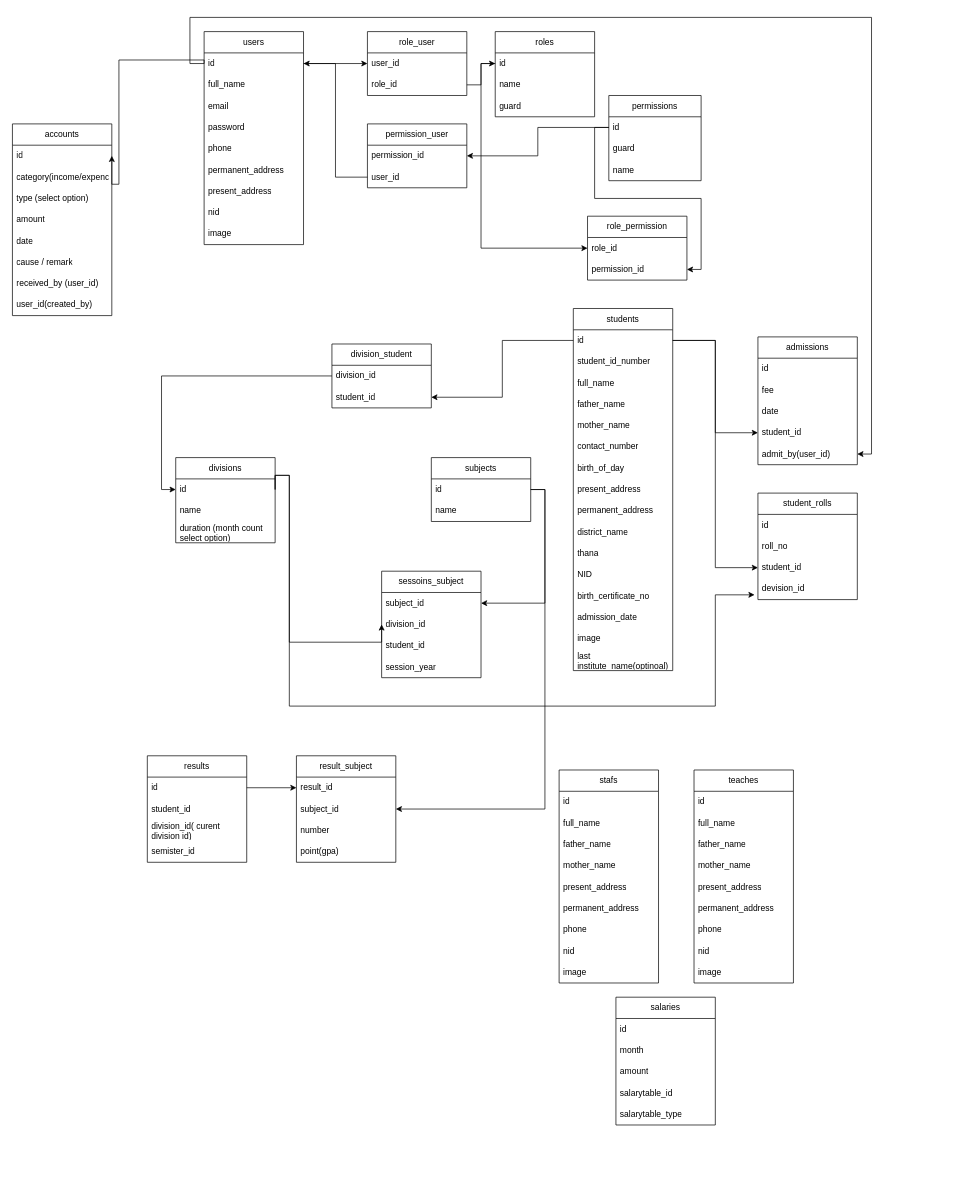
Before: Untitled Diagram.drawio in asifmics/javascript, a draw.io diagram. Source tidied: cells renumbered, new cells numbered last; positions are measured from the earlier drawing's top-left corner, leaving out a move shared by most shapes. Both pictures are drawn from the tidied source at 71%, with x=0, y=0 at pixel (12, 17).
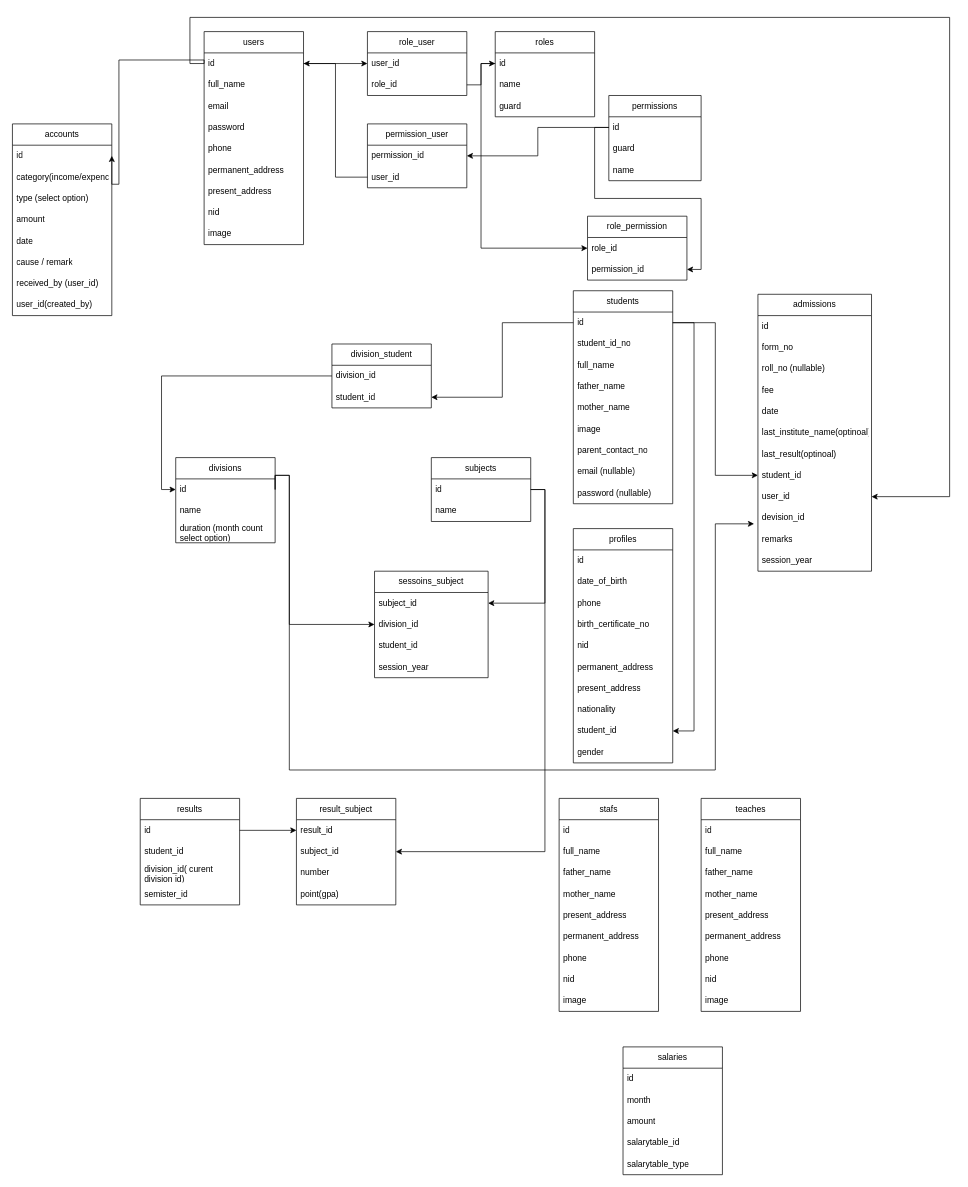
Above is the later version.

The change refers to these unchanged cells:
```xml
<mxCell id="3" value="id" style="text;strokeColor=none;fillColor=none;align=left;verticalAlign=middle;spacingLeft=4;spacingRight=4;overflow=hidden;points=[[0,0.5],[1,0.5]];portConstraint=eastwest;whiteSpace=wrap;html=1;" parent="2" vertex="1">
  <mxGeometry y="30" width="140" height="30" as="geometry" />
</mxCell>
<mxCell id="36" value="id" style="text;strokeColor=none;fillColor=none;align=left;verticalAlign=middle;spacingLeft=4;spacingRight=4;overflow=hidden;points=[[0,0.5],[1,0.5]];portConstraint=eastwest;whiteSpace=wrap;html=1;" parent="35" vertex="1">
  <mxGeometry y="30" width="140" height="30" as="geometry" />
</mxCell>
<mxCell id="40" value="id" style="text;strokeColor=none;fillColor=none;align=left;verticalAlign=middle;spacingLeft=4;spacingRight=4;overflow=hidden;points=[[0,0.5],[1,0.5]];portConstraint=eastwest;whiteSpace=wrap;html=1;" parent="39" vertex="1">
  <mxGeometry y="30" width="140" height="30" as="geometry" />
</mxCell>
```

Diff of the diagram source:
```diff
@@
     <mxCell id="39" value="students" style="swimlane;fontStyle=0;horizontal=1;startSize=30;whiteSpace=wrap;html=1;" parent="1" vertex="1">
-      <mxGeometry x="790" y="410" width="140" height="510" as="geometry" />
+      <mxGeometry x="790" y="385" width="140" height="300" as="geometry" />
     </mxCell>
@@
-    <mxCell id="41" value="student_id_number" style="text;strokeColor=none;fillColor=none;align=left;verticalAlign=middle;spacingLeft=4;spacingRight=4;overflow=hidden;whiteSpace=wrap;html=1;" parent="39" vertex="1">
+    <mxCell id="41" value="student_id_no" style="text;strokeColor=none;fillColor=none;align=left;verticalAlign=middle;spacingLeft=4;spacingRight=4;overflow=hidden;whiteSpace=wrap;html=1;" parent="39" vertex="1">
       <mxGeometry y="60" width="140" height="30" as="geometry" />
     </mxCell>
@@
-    <mxCell id="45" value="contact_number" style="text;strokeColor=none;fillColor=none;align=left;verticalAlign=middle;spacingLeft=4;spacingRight=4;overflow=hidden;whiteSpace=wrap;html=1;" parent="39" vertex="1">
-      <mxGeometry y="180" width="140" height="30" as="geometry" />
-    </mxCell>
-    <mxCell id="46" value="birth_of_day" style="text;strokeColor=none;fillColor=none;align=left;verticalAlign=middle;spacingLeft=4;spacingRight=4;overflow=hidden;whiteSpace=wrap;html=1;" parent="39" vertex="1">
-      <mxGeometry y="210" width="140" height="30" as="geometry" />
-    </mxCell>
-    <mxCell id="47" value="present_address" style="text;strokeColor=none;fillColor=none;align=left;verticalAlign=middle;spacingLeft=4;spacingRight=4;overflow=hidden;whiteSpace=wrap;html=1;" parent="39" vertex="1">
-      <mxGeometry y="240" width="140" height="30" as="geometry" />
-    </mxCell>
-    <mxCell id="48" value="permanent_address" style="text;strokeColor=none;fillColor=none;align=left;verticalAlign=middle;spacingLeft=4;spacingRight=4;overflow=hidden;whiteSpace=wrap;html=1;" parent="39" vertex="1">
-      <mxGeometry y="270" width="140" height="30" as="geometry" />
-    </mxCell>
-    <mxCell id="49" value="district_name" style="text;strokeColor=none;fillColor=none;align=left;verticalAlign=middle;spacingLeft=4;spacingRight=4;overflow=hidden;whiteSpace=wrap;html=1;" parent="39" vertex="1">
-      <mxGeometry y="300" width="140" height="30" as="geometry" />
-    </mxCell>
-    <mxCell id="50" value="thana" style="text;strokeColor=none;fillColor=none;align=left;verticalAlign=middle;spacingLeft=4;spacingRight=4;overflow=hidden;whiteSpace=wrap;html=1;" parent="39" vertex="1">
-      <mxGeometry y="330" width="140" height="30" as="geometry" />
-    </mxCell>
-    <mxCell id="51" value="NID&amp;nbsp;" style="text;strokeColor=none;fillColor=none;align=left;verticalAlign=middle;spacingLeft=4;spacingRight=4;overflow=hidden;whiteSpace=wrap;html=1;" parent="39" vertex="1">
-      <mxGeometry y="360" width="140" height="30" as="geometry" />
-    </mxCell>
-    <mxCell id="52" value="birth_certificate_no" style="text;strokeColor=none;fillColor=none;align=left;verticalAlign=middle;spacingLeft=4;spacingRight=4;overflow=hidden;whiteSpace=wrap;html=1;" parent="39" vertex="1">
-      <mxGeometry y="390" width="140" height="30" as="geometry" />
-    </mxCell>
-    <mxCell id="53" value="admission_date" style="text;strokeColor=none;fillColor=none;align=left;verticalAlign=middle;spacingLeft=4;spacingRight=4;overflow=hidden;whiteSpace=wrap;html=1;" parent="39" vertex="1">
-      <mxGeometry y="420" width="140" height="30" as="geometry" />
-    </mxCell>
     <mxCell id="54" value="image" style="text;strokeColor=none;fillColor=none;align=left;verticalAlign=middle;spacingLeft=4;spacingRight=4;overflow=hidden;whiteSpace=wrap;html=1;" parent="39" vertex="1">
-      <mxGeometry y="450" width="140" height="30" as="geometry" />
+      <mxGeometry y="180" width="140" height="30" as="geometry" />
     </mxCell>
-    <mxCell id="55" value="last institute_name(optinoal)" style="text;strokeColor=none;fillColor=none;align=left;verticalAlign=middle;spacingLeft=4;spacingRight=4;overflow=hidden;whiteSpace=wrap;html=1;" parent="39" vertex="1">
-      <mxGeometry y="480" width="140" height="30" as="geometry" />
-    </mxCell>
+    <mxCell id="134" value="parent_contact_no" style="text;strokeColor=none;fillColor=none;align=left;verticalAlign=middle;spacingLeft=4;spacingRight=4;overflow=hidden;whiteSpace=wrap;html=1;" parent="39" vertex="1">
+      <mxGeometry y="210" width="140" height="30" as="geometry" />
+    </mxCell>
+    <mxCell id="135" value="email (nullable)" style="text;strokeColor=none;fillColor=none;align=left;verticalAlign=middle;spacingLeft=4;spacingRight=4;overflow=hidden;whiteSpace=wrap;html=1;" parent="39" vertex="1">
+      <mxGeometry y="240" width="140" height="30" as="geometry" />
+    </mxCell>
+    <mxCell id="136" value="password (nullable)" style="text;strokeColor=none;fillColor=none;align=left;verticalAlign=middle;spacingLeft=4;spacingRight=4;overflow=hidden;whiteSpace=wrap;html=1;" parent="39" vertex="1">
+      <mxGeometry y="270" width="140" height="30" as="geometry" />
+    </mxCell>
@@
     <mxCell id="59" value="sessoins_subject" style="swimlane;fontStyle=0;horizontal=1;startSize=30;whiteSpace=wrap;html=1;" parent="1" vertex="1">
-      <mxGeometry x="520" y="780" width="140" height="150" as="geometry" />
+      <mxGeometry x="510" y="780" width="160" height="150" as="geometry" />
     </mxCell>
     <mxCell id="60" value="subject_id" style="text;strokeColor=none;fillColor=none;align=left;verticalAlign=middle;spacingLeft=4;spacingRight=4;overflow=hidden;points=[[0,0.5],[1,0.5]];portConstraint=eastwest;whiteSpace=wrap;html=1;" parent="59" vertex="1">
-      <mxGeometry y="30" width="140" height="30" as="geometry" />
+      <mxGeometry y="30" width="160" height="30" as="geometry" />
     </mxCell>
     <mxCell id="61" value="division_id" style="text;strokeColor=none;fillColor=none;align=left;verticalAlign=middle;spacingLeft=4;spacingRight=4;overflow=hidden;points=[[0,0.5],[1,0.5]];portConstraint=eastwest;whiteSpace=wrap;html=1;" parent="59" vertex="1">
-      <mxGeometry y="60" width="140" height="30" as="geometry" />
+      <mxGeometry y="60" width="160" height="30" as="geometry" />
     </mxCell>
     <mxCell id="62" value="student_id" style="text;strokeColor=none;fillColor=none;align=left;verticalAlign=middle;spacingLeft=4;spacingRight=4;overflow=hidden;whiteSpace=wrap;html=1;" parent="59" vertex="1">
-      <mxGeometry y="90" width="140" height="30" as="geometry" />
+      <mxGeometry y="90" width="160" height="30" as="geometry" />
     </mxCell>
     <mxCell id="63" value="session_year" style="text;strokeColor=none;fillColor=none;align=left;verticalAlign=middle;spacingLeft=4;spacingRight=4;overflow=hidden;whiteSpace=wrap;html=1;" parent="59" vertex="1">
-      <mxGeometry y="120" width="140" height="30" as="geometry" />
+      <mxGeometry y="120" width="160" height="30" as="geometry" />
     </mxCell>
@@
-    <mxCell id="70" value="student_rolls" style="swimlane;fontStyle=0;horizontal=1;startSize=30;whiteSpace=wrap;html=1;" parent="1" vertex="1">
-      <mxGeometry x="1050" y="670" width="140" height="150" as="geometry" />
-    </mxCell>
-    <mxCell id="71" value="id" style="text;strokeColor=none;fillColor=none;align=left;verticalAlign=middle;spacingLeft=4;spacingRight=4;overflow=hidden;whiteSpace=wrap;html=1;" parent="70" vertex="1">
-      <mxGeometry y="30" width="140" height="30" as="geometry" />
-    </mxCell>
-    <mxCell id="72" value="roll_no" style="text;strokeColor=none;fillColor=none;align=left;verticalAlign=middle;spacingLeft=4;spacingRight=4;overflow=hidden;whiteSpace=wrap;html=1;" parent="70" vertex="1">
-      <mxGeometry y="60" width="140" height="30" as="geometry" />
-    </mxCell>
-    <mxCell id="73" value="student_id" style="text;strokeColor=none;fillColor=none;align=left;verticalAlign=middle;spacingLeft=4;spacingRight=4;overflow=hidden;points=[[0,0.5],[1,0.5]];portConstraint=eastwest;whiteSpace=wrap;html=1;" parent="70" vertex="1">
-      <mxGeometry y="90" width="140" height="30" as="geometry" />
-    </mxCell>
-    <mxCell id="74" value="devision_id" style="text;strokeColor=none;fillColor=none;align=left;verticalAlign=middle;spacingLeft=4;spacingRight=4;overflow=hidden;points=[[0,0.5],[1,0.5]];portConstraint=eastwest;whiteSpace=wrap;html=1;" parent="70" vertex="1">
-      <mxGeometry y="120" width="140" height="30" as="geometry" />
-    </mxCell>
     <mxCell id="75" value="admissions" style="swimlane;fontStyle=0;horizontal=1;startSize=30;whiteSpace=wrap;html=1;" parent="1" vertex="1">
-      <mxGeometry x="1050" y="450" width="140" height="180" as="geometry" />
+      <mxGeometry x="1050" y="390" width="160" height="390" as="geometry" />
     </mxCell>
     <mxCell id="76" value="id" style="text;strokeColor=none;fillColor=none;align=left;verticalAlign=middle;spacingLeft=4;spacingRight=4;overflow=hidden;whiteSpace=wrap;html=1;" parent="75" vertex="1">
-      <mxGeometry y="30" width="140" height="30" as="geometry" />
+      <mxGeometry y="30" width="160" height="30" as="geometry" />
     </mxCell>
+    <mxCell id="137" value="form_no" style="text;strokeColor=none;fillColor=none;align=left;verticalAlign=middle;spacingLeft=4;spacingRight=4;overflow=hidden;whiteSpace=wrap;html=1;" parent="75" vertex="1">
+      <mxGeometry y="60" width="160" height="30" as="geometry" />
+    </mxCell>
+    <mxCell id="72" value="roll_no (nullable)" style="text;strokeColor=none;fillColor=none;align=left;verticalAlign=middle;spacingLeft=4;spacingRight=4;overflow=hidden;whiteSpace=wrap;html=1;" parent="75" vertex="1">
+      <mxGeometry y="90" width="160" height="30" as="geometry" />
+    </mxCell>
     <mxCell id="77" value="fee" style="text;strokeColor=none;fillColor=none;align=left;verticalAlign=middle;spacingLeft=4;spacingRight=4;overflow=hidden;whiteSpace=wrap;html=1;" parent="75" vertex="1">
-      <mxGeometry y="60" width="140" height="30" as="geometry" />
+      <mxGeometry y="120" width="160" height="30" as="geometry" />
     </mxCell>
     <mxCell id="78" value="date" style="text;strokeColor=none;fillColor=none;align=left;verticalAlign=middle;spacingLeft=4;spacingRight=4;overflow=hidden;whiteSpace=wrap;html=1;" parent="75" vertex="1">
-      <mxGeometry y="90" width="140" height="30" as="geometry" />
+      <mxGeometry y="150" width="160" height="30" as="geometry" />
     </mxCell>
+    <mxCell id="55" value="last_institute_name(optinoal)" style="text;strokeColor=none;fillColor=none;align=left;verticalAlign=middle;spacingLeft=4;spacingRight=4;overflow=hidden;whiteSpace=wrap;html=1;" parent="75" vertex="1">
+      <mxGeometry y="180" width="160" height="30" as="geometry" />
+    </mxCell>
+    <mxCell id="138" value="last_result(optinoal)" style="text;strokeColor=none;fillColor=none;align=left;verticalAlign=middle;spacingLeft=4;spacingRight=4;overflow=hidden;whiteSpace=wrap;html=1;" parent="75" vertex="1">
+      <mxGeometry y="210" width="160" height="30" as="geometry" />
+    </mxCell>
     <mxCell id="79" value="student_id" style="text;strokeColor=none;fillColor=none;align=left;verticalAlign=middle;spacingLeft=4;spacingRight=4;overflow=hidden;points=[[0,0.5],[1,0.5]];portConstraint=eastwest;whiteSpace=wrap;html=1;" parent="75" vertex="1">
-      <mxGeometry y="120" width="140" height="30" as="geometry" />
+      <mxGeometry y="240" width="160" height="30" as="geometry" />
     </mxCell>
-    <mxCell id="80" value="admit_by(user_id)" style="text;strokeColor=none;fillColor=none;align=left;verticalAlign=middle;spacingLeft=4;spacingRight=4;overflow=hidden;points=[[0,0.5],[1,0.5]];portConstraint=eastwest;whiteSpace=wrap;html=1;" parent="75" vertex="1">
-      <mxGeometry y="150" width="140" height="30" as="geometry" />
+    <mxCell id="80" value="user_id" style="text;strokeColor=none;fillColor=none;align=left;verticalAlign=middle;spacingLeft=4;spacingRight=4;overflow=hidden;points=[[0,0.5],[1,0.5]];portConstraint=eastwest;whiteSpace=wrap;html=1;" parent="75" vertex="1">
+      <mxGeometry y="270" width="160" height="30" as="geometry" />
     </mxCell>
+    <mxCell id="74" value="devision_id" style="text;strokeColor=none;fillColor=none;align=left;verticalAlign=middle;spacingLeft=4;spacingRight=4;overflow=hidden;points=[[0,0.5],[1,0.5]];portConstraint=eastwest;whiteSpace=wrap;html=1;" parent="75" vertex="1">
+      <mxGeometry y="300" width="160" height="30" as="geometry" />
+    </mxCell>
+    <mxCell id="139" value="remarks" style="text;strokeColor=none;fillColor=none;align=left;verticalAlign=middle;spacingLeft=4;spacingRight=4;overflow=hidden;whiteSpace=wrap;html=1;" parent="75" vertex="1">
+      <mxGeometry y="330" width="160" height="30" as="geometry" />
+    </mxCell>
+    <mxCell id="140" value="session_year" style="text;strokeColor=none;fillColor=none;align=left;verticalAlign=middle;spacingLeft=4;spacingRight=4;overflow=hidden;whiteSpace=wrap;html=1;" parent="75" vertex="1">
+      <mxGeometry y="360" width="160" height="30" as="geometry" />
+    </mxCell>
@@
-    <mxCell id="82" style="edgeStyle=orthogonalEdgeStyle;rounded=0;jettySize=auto;html=1;exitX=1;exitY=0.5;exitDx=0;exitDy=0;" parent="1" edge="1" source="40" target="73">
-      <mxGeometry relative="1" as="geometry" />
-    </mxCell>
     <mxCell id="83" style="edgeStyle=orthogonalEdgeStyle;rounded=0;jettySize=auto;html=1;exitX=1;exitY=0.5;exitDx=0;exitDy=0;entryX=-0.034;entryY=0.777;entryDx=0;entryDy=0;entryPerimeter=0;" parent="1" edge="1" source="36" target="74">
       <mxGeometry relative="1" as="geometry">
         <Array as="points">
+          <mxPoint x="370" y="645" />
           <mxPoint x="390" y="645" />
-          <mxPoint x="390" y="970" />
-          <mxPoint x="990" y="970" />
-          <mxPoint x="990" y="813" />
+          <mxPoint x="390" y="1060" />
+          <mxPoint x="990" y="1060" />
+          <mxPoint x="990" y="713" />
         </Array>
       </mxGeometry>
     </mxCell>
@@
     <mxCell id="94" value="results" style="swimlane;fontStyle=0;horizontal=1;startSize=30;whiteSpace=wrap;html=1;" parent="1" vertex="1">
-      <mxGeometry x="190" y="1040" width="140" height="150" as="geometry" />
+      <mxGeometry x="180" y="1100" width="140" height="150" as="geometry" />
     </mxCell>
@@
     <mxCell id="99" value="result_subject" style="swimlane;fontStyle=0;horizontal=1;startSize=30;whiteSpace=wrap;html=1;" parent="1" vertex="1">
-      <mxGeometry x="400" y="1040" width="140" height="150" as="geometry" />
+      <mxGeometry x="400" y="1100" width="140" height="150" as="geometry" />
     </mxCell>
@@
     <mxCell id="105" style="edgeStyle=orthogonalEdgeStyle;rounded=0;jettySize=auto;html=1;exitX=0;exitY=0.5;exitDx=0;exitDy=0;entryX=1;entryY=0.5;entryDx=0;entryDy=0;" parent="1" edge="1" source="3" target="80">
       <mxGeometry relative="1" as="geometry">
         <Array as="points">
           <mxPoint x="250" y="65" />
           <mxPoint x="250" />
-          <mxPoint x="1210" />
-          <mxPoint x="1210" y="615" />
+          <mxPoint x="1320" />
+          <mxPoint x="1320" y="675" />
         </Array>
       </mxGeometry>
     </mxCell>
     <mxCell id="106" style="edgeStyle=orthogonalEdgeStyle;rounded=0;jettySize=auto;html=1;exitX=1;exitY=0.5;exitDx=0;exitDy=0;entryX=0;entryY=0.5;entryDx=0;entryDy=0;" parent="1" edge="1" source="36" target="61">
       <mxGeometry relative="1" as="geometry">
         <Array as="points">
+          <mxPoint x="370" y="645" />
           <mxPoint x="390" y="645" />
-          <mxPoint x="390" y="880" />
-          <mxPoint x="520" y="880" />
+          <mxPoint x="390" y="855" />
         </Array>
       </mxGeometry>
     </mxCell>
     <mxCell id="107" value="teaches" style="swimlane;fontStyle=0;horizontal=1;startSize=30;whiteSpace=wrap;html=1;" parent="1" vertex="1">
-      <mxGeometry x="960" y="1060" width="140" height="300" as="geometry" />
+      <mxGeometry x="970" y="1100" width="140" height="300" as="geometry" />
     </mxCell>
@@
     <mxCell id="117" value="salaries" style="swimlane;fontStyle=0;horizontal=1;startSize=30;whiteSpace=wrap;html=1;" parent="1" vertex="1">
-      <mxGeometry x="850" y="1380" width="140" height="180" as="geometry" />
+      <mxGeometry x="860" y="1450" width="140" height="180" as="geometry" />
     </mxCell>
@@
     <mxCell id="123" value="stafs" style="swimlane;fontStyle=0;horizontal=1;startSize=30;whiteSpace=wrap;html=1;" parent="1" vertex="1">
-      <mxGeometry x="770" y="1060" width="140" height="300" as="geometry" />
+      <mxGeometry x="770" y="1100" width="140" height="300" as="geometry" />
     </mxCell>
@@
+    <mxCell id="141" value="profiles" style="swimlane;fontStyle=0;horizontal=1;startSize=30;whiteSpace=wrap;html=1;" parent="1" vertex="1">
+      <mxGeometry x="790" y="720" width="140" height="330" as="geometry" />
+    </mxCell>
+    <mxCell id="71" value="id" style="text;strokeColor=none;fillColor=none;align=left;verticalAlign=middle;spacingLeft=4;spacingRight=4;overflow=hidden;whiteSpace=wrap;html=1;" parent="141" vertex="1">
+      <mxGeometry y="30" width="140" height="30" as="geometry" />
+    </mxCell>
+    <mxCell id="46" value="date_of_birth" style="text;strokeColor=none;fillColor=none;align=left;verticalAlign=middle;spacingLeft=4;spacingRight=4;overflow=hidden;whiteSpace=wrap;html=1;" parent="141" vertex="1">
+      <mxGeometry y="60" width="140" height="30" as="geometry" />
+    </mxCell>
+    <mxCell id="45" value="phone" style="text;strokeColor=none;fillColor=none;align=left;verticalAlign=middle;spacingLeft=4;spacingRight=4;overflow=hidden;whiteSpace=wrap;html=1;" parent="141" vertex="1">
+      <mxGeometry y="90" width="140" height="30" as="geometry" />
+    </mxCell>
+    <mxCell id="52" value="birth_certificate_no" style="text;strokeColor=none;fillColor=none;align=left;verticalAlign=middle;spacingLeft=4;spacingRight=4;overflow=hidden;whiteSpace=wrap;html=1;" parent="141" vertex="1">
+      <mxGeometry y="120" width="140" height="30" as="geometry" />
+    </mxCell>
+    <mxCell id="51" value="nid" style="text;strokeColor=none;fillColor=none;align=left;verticalAlign=middle;spacingLeft=4;spacingRight=4;overflow=hidden;whiteSpace=wrap;html=1;" parent="141" vertex="1">
+      <mxGeometry y="150" width="140" height="30" as="geometry" />
+    </mxCell>
+    <mxCell id="48" value="permanent_address" style="text;strokeColor=none;fillColor=none;align=left;verticalAlign=middle;spacingLeft=4;spacingRight=4;overflow=hidden;whiteSpace=wrap;html=1;" parent="141" vertex="1">
+      <mxGeometry y="180" width="140" height="30" as="geometry" />
+    </mxCell>
+    <mxCell id="47" value="present_address" style="text;align=left;verticalAlign=middle;spacingLeft=4;spacingRight=4;overflow=hidden;whiteSpace=wrap;html=1;" parent="141" vertex="1">
+      <mxGeometry y="210" width="140" height="30" as="geometry" />
+    </mxCell>
+    <mxCell id="142" value="nationality" style="text;strokeColor=none;fillColor=none;align=left;verticalAlign=middle;spacingLeft=4;spacingRight=4;overflow=hidden;whiteSpace=wrap;html=1;" parent="141" vertex="1">
+      <mxGeometry y="240" width="140" height="30" as="geometry" />
+    </mxCell>
+    <mxCell id="73" value="student_id" style="text;strokeColor=none;fillColor=none;align=left;verticalAlign=middle;spacingLeft=4;spacingRight=4;overflow=hidden;points=[[0,0.5],[1,0.5]];portConstraint=eastwest;whiteSpace=wrap;html=1;" parent="141" vertex="1">
+      <mxGeometry y="270" width="140" height="30" as="geometry" />
+    </mxCell>
+    <mxCell id="143" value="gender" style="text;strokeColor=none;fillColor=none;align=left;verticalAlign=middle;spacingLeft=4;spacingRight=4;overflow=hidden;whiteSpace=wrap;html=1;" parent="141" vertex="1">
+      <mxGeometry y="300" width="140" height="30" as="geometry" />
+    </mxCell>
+    <mxCell id="82" style="edgeStyle=orthogonalEdgeStyle;rounded=0;jettySize=auto;html=1;entryX=1;entryY=0.5;entryDx=0;entryDy=0;" parent="1" edge="1" source="40" target="73">
+      <mxGeometry relative="1" as="geometry">
+        <Array as="points">
+          <mxPoint x="960" y="430" />
+          <mxPoint x="960" y="1005" />
+        </Array>
+      </mxGeometry>
+    </mxCell>
```
